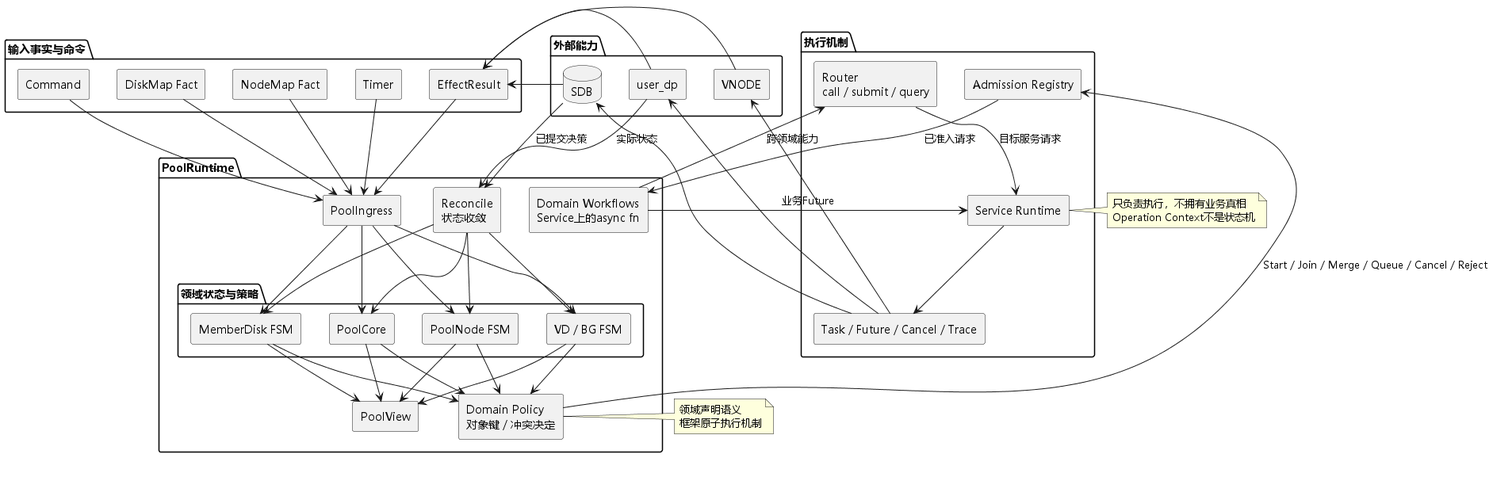
Above: pool-control-plane-baseline/assets/hybrid-control-model.png in limushu/runtime (PlantUML), before the change.
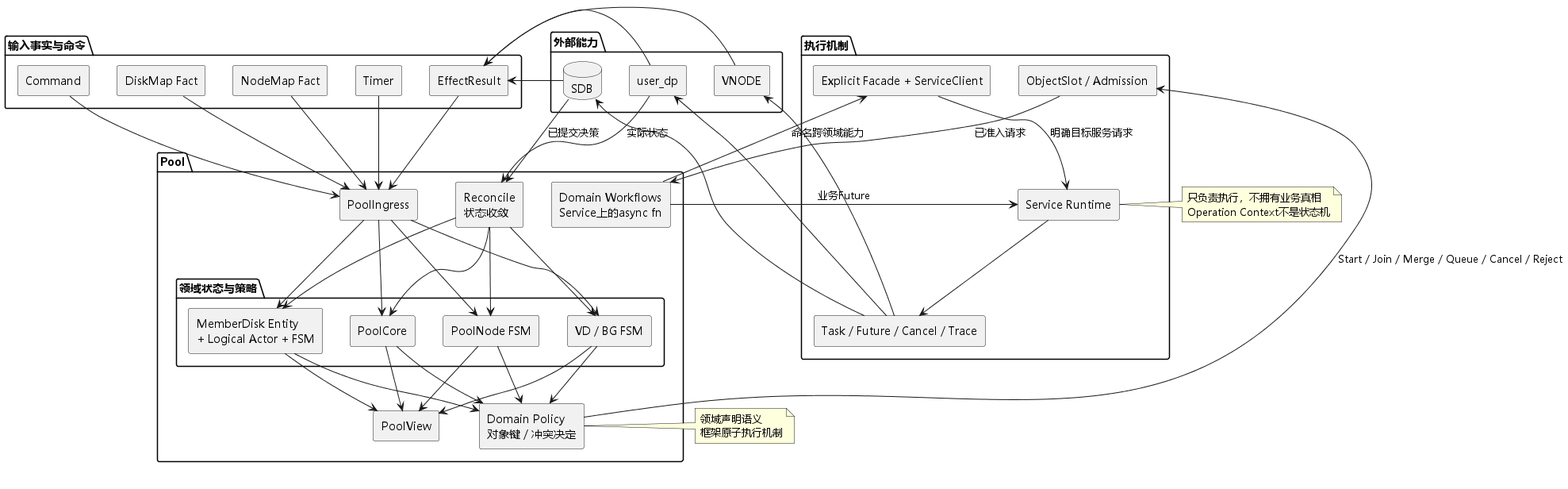
The same file after the commit.

The edit, as a diff of the source:
```diff
@@ -12,12 +12,12 @@
   component EffectResult
 }
 
-package "PoolRuntime" {
+package "Pool" {
   component PoolIngress
 
   package "领域状态与策略" {
     component PoolCore
-    component "MemberDisk FSM" as DiskFSM
+    component "MemberDisk Entity\n+ Logical Actor + FSM" as DiskFSM
     component "PoolNode FSM" as NodeFSM
     component "VD / BG FSM" as BgFSM
   }
@@ -29,9 +29,9 @@
 }
 
 package "执行机制" {
-  component "Admission Registry" as Admission
+  component "ObjectSlot / Admission" as Admission
   component "Service Runtime" as Runtime
-  component "Router\ncall / submit / query" as Router
+  component "Explicit Facade + ServiceClient" as Client
   component "Task / Future / Cancel / Trace" as Task
 }
 
@@ -58,10 +58,10 @@
 BgFSM --> Policy
 Policy --> Admission : Start / Join / Merge / Queue / Cancel / Reject
 Admission --> Workflow : 已准入请求
-Workflow --> Router : 跨领域能力
+Workflow --> Client : 命名跨领域能力
 Workflow --> Runtime : 业务Future
 Runtime --> Task
-Router --> Runtime : 目标服务请求
+Client --> Runtime : 明确目标服务请求
 Task --> SDB
 Task --> user_dp
 Task --> VNODE
```
